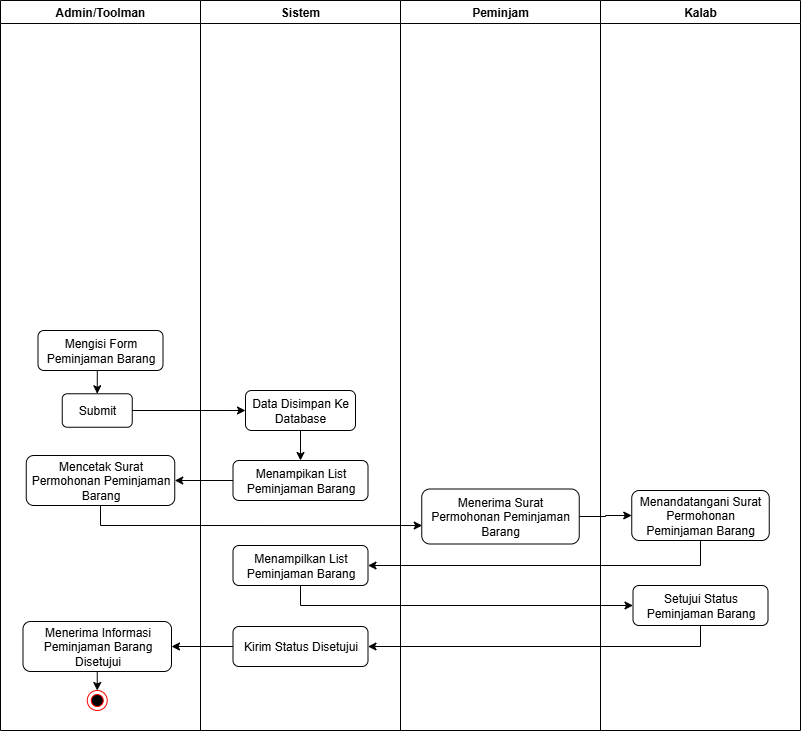
Earlier version of the draw.io export 10. TAMBAH DATA PEMINJAMAN.drawio.png (taufikchy/KP). Source tidied: cells renumbered, new cells last; positions are measured from the earlier drawing's top-left corner, leaving out a move shared by most shapes.
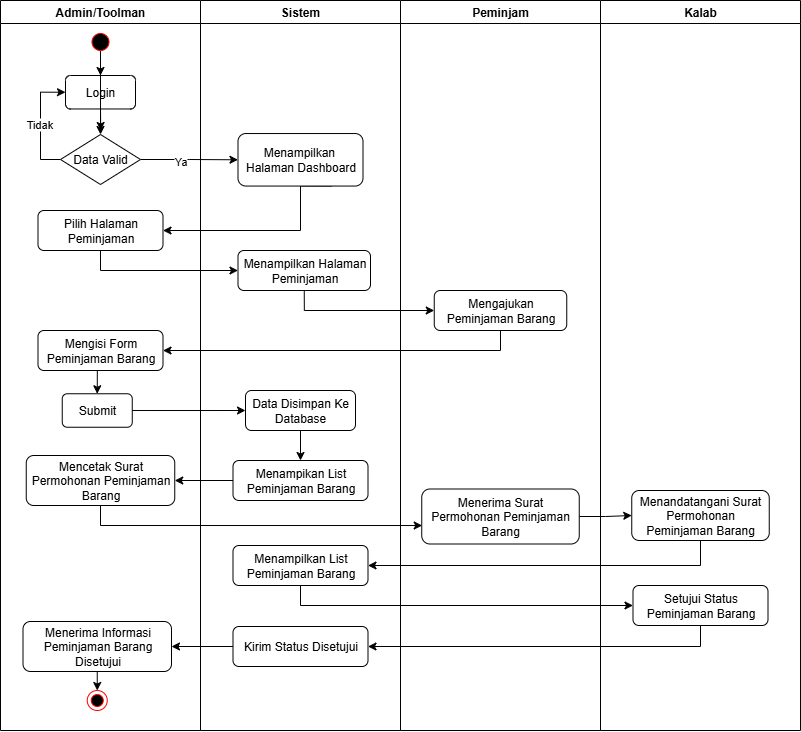
Later version of the same file.

Diff of the diagram source:
```diff
@@ -5,86 +5,149 @@
     <mxCell id="2" style="group;" parent="1" vertex="1">
       <mxGeometry width="800" height="730" as="geometry" />
     </mxCell>
-    <mxCell id="3" value="Peminjam" style="swimlane;whiteSpace=wrap;html=1;" parent="2" vertex="1">
-      <mxGeometry x="400" width="200" height="730" as="geometry" />
+    <mxCell id="3" style="edgeStyle=orthogonalEdgeStyle;rounded=0;jettySize=auto;html=1;exitX=0.5;exitY=1;exitDx=0;exitDy=0;entryX=1;entryY=0.5;entryDx=0;entryDy=0;" parent="2" edge="1" source="45" target="8">
+      <mxGeometry relative="1" as="geometry" />
     </mxCell>
-    <mxCell id="4" value="&lt;font face=&quot;Helvetica&quot;&gt;Menerima Surat Permohonan Peminjaman Barang&lt;/font&gt;" style="rounded=1;whiteSpace=wrap;html=1;fillStyle=auto;fontFamily=Helvetica;" parent="3" vertex="1">
-      <mxGeometry x="21.2" y="488.5" width="157.5" height="55" as="geometry" />
+    <mxCell id="4" value="Peminjam" style="swimlane;whiteSpace=wrap;html=1;" parent="2" vertex="1">
+      <mxGeometry x="400" width="200" height="730" as="geometry" />
     </mxCell>
-    <mxCell id="5" value="Admin/Toolman" style="swimlane;whiteSpace=wrap;html=1;startSize=23;" parent="2" vertex="1">
-      <mxGeometry width="200" height="730" as="geometry" />
+    <mxCell id="5" value="&lt;font face=&quot;Helvetica&quot;&gt;Menerima Surat Permohonan Peminjaman Barang&lt;/font&gt;" style="rounded=1;whiteSpace=wrap;html=1;fillStyle=auto;fontFamily=Helvetica;" parent="4" vertex="1">
+      <mxGeometry x="21.2" y="488.5" width="157.5" height="55" as="geometry" />
     </mxCell>
-    <mxCell id="6" value="&lt;font face=&quot;Helvetica&quot;&gt;Mencetak Surat Permohonan Peminjaman Barang&lt;/font&gt;" style="rounded=1;whiteSpace=wrap;html=1;fillStyle=auto;fontFamily=Helvetica;" parent="5" vertex="1">
-      <mxGeometry x="25.8" y="455" width="148.5" height="50" as="geometry" />
+    <mxCell id="6" value="Admin/Toolman" style="swimlane;whiteSpace=wrap;html=1;startSize=23;" parent="2" vertex="1">
+      <mxGeometry width="200" height="730" as="geometry" />
     </mxCell>
-    <mxCell id="7" value="Mengisi Form Peminjaman Barang" style="rounded=1;whiteSpace=wrap;html=1;fillStyle=auto;fontFamily=Helvetica;" parent="5" vertex="1">
-      <mxGeometry x="37.5" y="330" width="125" height="40" as="geometry" />
+    <mxCell id="7" value="&lt;font face=&quot;Helvetica&quot;&gt;Mencetak Surat Permohonan Peminjaman Barang&lt;/font&gt;" style="rounded=1;whiteSpace=wrap;html=1;fillStyle=auto;fontFamily=Helvetica;" parent="6" vertex="1">
+      <mxGeometry x="25.8" y="455" width="148.5" height="50" as="geometry" />
     </mxCell>
-    <mxCell id="8" value="&lt;font face=&quot;Helvetica&quot;&gt;Submit&lt;/font&gt;" style="rounded=1;whiteSpace=wrap;html=1;fillStyle=auto;fontFamily=Helvetica;" parent="5" vertex="1">
-      <mxGeometry x="61.8" y="393.3" width="70" height="33.5" as="geometry" />
+    <mxCell id="8" value="Mengisi Form Peminjaman Barang" style="rounded=1;whiteSpace=wrap;html=1;fillStyle=auto;fontFamily=Helvetica;" parent="6" vertex="1">
+      <mxGeometry x="37.5" y="330" width="125" height="40" as="geometry" />
     </mxCell>
-    <mxCell id="9" style="edgeStyle=orthogonalEdgeStyle;rounded=0;jettySize=auto;html=1;exitX=0.5;exitY=1;exitDx=0;exitDy=0;entryX=0.5;entryY=0;entryDx=0;entryDy=0;" parent="5" edge="1" source="7" target="8">
-      <mxGeometry relative="1" as="geometry" />
+    <mxCell id="9" value="&lt;font face=&quot;Helvetica&quot;&gt;Submit&lt;/font&gt;" style="rounded=1;whiteSpace=wrap;html=1;fillStyle=auto;fontFamily=Helvetica;" parent="6" vertex="1">
+      <mxGeometry x="61.8" y="393.3" width="70" height="33.5" as="geometry" />
     </mxCell>
-    <mxCell id="10" style="edgeStyle=orthogonalEdgeStyle;rounded=0;jettySize=auto;html=1;exitX=0.5;exitY=1;exitDx=0;exitDy=0;entryX=0.5;entryY=0;entryDx=0;entryDy=0;" parent="5" edge="1" source="11" target="12">
+    <mxCell id="10" style="edgeStyle=orthogonalEdgeStyle;rounded=0;jettySize=auto;html=1;exitX=0.5;exitY=1;exitDx=0;exitDy=0;entryX=0.5;entryY=0;entryDx=0;entryDy=0;" parent="6" edge="1" source="8" target="9">
       <mxGeometry relative="1" as="geometry" />
     </mxCell>
-    <mxCell id="11" value="&lt;font face=&quot;Helvetica&quot;&gt;Menerima Informasi Peminjaman Barang Disetujui&lt;/font&gt;" style="rounded=1;whiteSpace=wrap;html=1;fillStyle=auto;fontFamily=Helvetica;" parent="5" vertex="1">
-      <mxGeometry x="22.5" y="621" width="148.5" height="50" as="geometry" />
+    <mxCell id="11" style="edgeStyle=orthogonalEdgeStyle;rounded=0;jettySize=auto;html=1;exitX=0.5;exitY=1;exitDx=0;exitDy=0;entryX=0.5;entryY=0;entryDx=0;entryDy=0;" parent="6" edge="1" source="12" target="13">
+      <mxGeometry relative="1" as="geometry" />
     </mxCell>
-    <mxCell id="12" style="ellipse;html=1;shape=endState;fillColor=#000000;strokeColor=#ff0000;" parent="5" vertex="1">
-      <mxGeometry x="86.8" y="690" width="20" height="20" as="geometry" />
+    <mxCell id="12" value="&lt;font face=&quot;Helvetica&quot;&gt;Menerima Informasi Peminjaman Barang Disetujui&lt;/font&gt;" style="rounded=1;whiteSpace=wrap;html=1;fillStyle=auto;fontFamily=Helvetica;" parent="6" vertex="1">
+      <mxGeometry x="22.5" y="621" width="148.5" height="50" as="geometry" />
     </mxCell>
-    <mxCell id="13" value="Sistem" style="swimlane;whiteSpace=wrap;html=1;" parent="2" vertex="1">
-      <mxGeometry x="200" width="200" height="730" as="geometry" />
+    <mxCell id="13" style="ellipse;html=1;shape=endState;fillColor=#000000;strokeColor=#ff0000;" parent="6" vertex="1">
+      <mxGeometry x="86.8" y="690" width="20" height="20" as="geometry" />
     </mxCell>
-    <mxCell id="14" value="&lt;font face=&quot;Helvetica&quot;&gt;Data Disimpan Ke Database&lt;/font&gt;" style="rounded=1;whiteSpace=wrap;html=1;fillStyle=auto;fontFamily=Helvetica;" parent="13" vertex="1">
-      <mxGeometry x="45" y="390" width="110" height="40" as="geometry" />
+    <mxCell id="14" value="Sistem" style="swimlane;whiteSpace=wrap;html=1;" parent="2" vertex="1">
+      <mxGeometry x="200" width="200" height="730" as="geometry" />
     </mxCell>
-    <mxCell id="15" value="&lt;font face=&quot;Helvetica&quot;&gt;Menampikan List Peminjaman Barang&lt;/font&gt;" style="rounded=1;whiteSpace=wrap;html=1;fillStyle=auto;fontFamily=Helvetica;" parent="13" vertex="1">
-      <mxGeometry x="32.5" y="460" width="135" height="40" as="geometry" />
+    <mxCell id="15" value="&lt;font face=&quot;Helvetica&quot;&gt;Data Disimpan Ke Database&lt;/font&gt;" style="rounded=1;whiteSpace=wrap;html=1;fillStyle=auto;fontFamily=Helvetica;" parent="14" vertex="1">
+      <mxGeometry x="45" y="390" width="110" height="40" as="geometry" />
     </mxCell>
-    <mxCell id="16" style="edgeStyle=orthogonalEdgeStyle;rounded=0;jettySize=auto;html=1;exitX=0.5;exitY=1;exitDx=0;exitDy=0;entryX=0.5;entryY=0;entryDx=0;entryDy=0;" parent="13" edge="1" source="14" target="15">
-      <mxGeometry relative="1" as="geometry" />
+    <mxCell id="16" value="&lt;font face=&quot;Helvetica&quot;&gt;Menampikan List Peminjaman Barang&lt;/font&gt;" style="rounded=1;whiteSpace=wrap;html=1;fillStyle=auto;fontFamily=Helvetica;" parent="14" vertex="1">
+      <mxGeometry x="32.5" y="460" width="135" height="40" as="geometry" />
     </mxCell>
-    <mxCell id="17" value="&lt;font face=&quot;Helvetica&quot;&gt;Menampilkan List Peminjaman Barang&lt;/font&gt;" style="rounded=1;whiteSpace=wrap;html=1;fillStyle=auto;fontFamily=Helvetica;" parent="13" vertex="1">
-      <mxGeometry x="32.5" y="545" width="135" height="40" as="geometry" />
+    <mxCell id="17" style="edgeStyle=orthogonalEdgeStyle;rounded=0;jettySize=auto;html=1;exitX=0.5;exitY=1;exitDx=0;exitDy=0;entryX=0.5;entryY=0;entryDx=0;entryDy=0;" parent="14" edge="1" source="15" target="16">
+      <mxGeometry relative="1" as="geometry" />
     </mxCell>
-    <mxCell id="18" value="&lt;font face=&quot;Helvetica&quot;&gt;Kirim Status Disetujui&lt;/font&gt;" style="rounded=1;whiteSpace=wrap;html=1;fillStyle=auto;fontFamily=Helvetica;" parent="13" vertex="1">
-      <mxGeometry x="32.5" y="626" width="135" height="40" as="geometry" />
+    <mxCell id="18" value="&lt;font face=&quot;Helvetica&quot;&gt;Menampilkan List Peminjaman Barang&lt;/font&gt;" style="rounded=1;whiteSpace=wrap;html=1;fillStyle=auto;fontFamily=Helvetica;" parent="14" vertex="1">
+      <mxGeometry x="32.5" y="545" width="135" height="40" as="geometry" />
     </mxCell>
-    <mxCell id="19" value="Kalab" style="swimlane;whiteSpace=wrap;html=1;" parent="2" vertex="1">
-      <mxGeometry x="600" width="200" height="730" as="geometry" />
+    <mxCell id="19" value="&lt;font face=&quot;Helvetica&quot;&gt;Kirim Status Disetujui&lt;/font&gt;" style="rounded=1;whiteSpace=wrap;html=1;fillStyle=auto;fontFamily=Helvetica;" parent="14" vertex="1">
+      <mxGeometry x="32.5" y="626" width="135" height="40" as="geometry" />
     </mxCell>
-    <mxCell id="20" value="&lt;font face=&quot;Helvetica&quot;&gt;Setujui Status Peminjaman Barang&lt;/font&gt;" style="rounded=1;whiteSpace=wrap;html=1;fillStyle=auto;fontFamily=Helvetica;" parent="19" vertex="1">
-      <mxGeometry x="32.5" y="585" width="135" height="40" as="geometry" />
+    <mxCell id="20" value="Kalab" style="swimlane;whiteSpace=wrap;html=1;" parent="2" vertex="1">
+      <mxGeometry x="600" width="200" height="730" as="geometry" />
     </mxCell>
-    <mxCell id="21" value="&lt;font face=&quot;Helvetica&quot;&gt;Menandatangani Surat Permohonan Peminjaman Barang&lt;/font&gt;" style="rounded=1;whiteSpace=wrap;html=1;fillStyle=auto;fontFamily=Helvetica;" parent="19" vertex="1">
-      <mxGeometry x="31.2" y="490" width="137.5" height="50" as="geometry" />
+    <mxCell id="21" value="&lt;font face=&quot;Helvetica&quot;&gt;Setujui Status Peminjaman Barang&lt;/font&gt;" style="rounded=1;whiteSpace=wrap;html=1;fillStyle=auto;fontFamily=Helvetica;" parent="20" vertex="1">
+      <mxGeometry x="32.5" y="585" width="135" height="40" as="geometry" />
     </mxCell>
-    <mxCell id="22" style="edgeStyle=orthogonalEdgeStyle;rounded=0;jettySize=auto;html=1;exitX=0.5;exitY=1;exitDx=0;exitDy=0;entryX=0.003;entryY=0.664;entryDx=0;entryDy=0;entryPerimeter=0;" parent="2" edge="1" source="6" target="4">
-      <mxGeometry relative="1" as="geometry" />
+    <mxCell id="22" value="&lt;font face=&quot;Helvetica&quot;&gt;Menandatangani Surat Permohonan Peminjaman Barang&lt;/font&gt;" style="rounded=1;whiteSpace=wrap;html=1;fillStyle=auto;fontFamily=Helvetica;" parent="20" vertex="1">
+      <mxGeometry x="31.2" y="490" width="137.5" height="50" as="geometry" />
     </mxCell>
-    <mxCell id="23" style="edgeStyle=orthogonalEdgeStyle;rounded=0;jettySize=auto;html=1;exitX=1;exitY=0.5;exitDx=0;exitDy=0;entryX=0;entryY=0.5;entryDx=0;entryDy=0;" parent="2" edge="1" source="8" target="14">
+    <mxCell id="23" style="edgeStyle=orthogonalEdgeStyle;rounded=0;jettySize=auto;html=1;exitX=0.5;exitY=1;exitDx=0;exitDy=0;entryX=0.003;entryY=0.664;entryDx=0;entryDy=0;entryPerimeter=0;" parent="2" edge="1" source="7" target="5">
       <mxGeometry relative="1" as="geometry" />
     </mxCell>
-    <mxCell id="24" style="edgeStyle=orthogonalEdgeStyle;rounded=0;jettySize=auto;html=1;exitX=0;exitY=0.5;exitDx=0;exitDy=0;entryX=1;entryY=0.5;entryDx=0;entryDy=0;" parent="2" edge="1" source="15" target="6">
+    <mxCell id="24" style="edgeStyle=orthogonalEdgeStyle;rounded=0;jettySize=auto;html=1;exitX=1;exitY=0.5;exitDx=0;exitDy=0;entryX=0;entryY=0.5;entryDx=0;entryDy=0;" parent="2" edge="1" source="9" target="15">
       <mxGeometry relative="1" as="geometry" />
     </mxCell>
-    <mxCell id="25" style="edgeStyle=orthogonalEdgeStyle;rounded=0;jettySize=auto;html=1;exitX=0;exitY=0.5;exitDx=0;exitDy=0;entryX=1;entryY=0.5;entryDx=0;entryDy=0;" parent="2" edge="1" source="18" target="11">
+    <mxCell id="25" style="edgeStyle=orthogonalEdgeStyle;rounded=0;jettySize=auto;html=1;exitX=0;exitY=0.5;exitDx=0;exitDy=0;entryX=1;entryY=0.5;entryDx=0;entryDy=0;" parent="2" edge="1" source="16" target="7">
       <mxGeometry relative="1" as="geometry" />
     </mxCell>
-    <mxCell id="26" style="edgeStyle=orthogonalEdgeStyle;rounded=0;jettySize=auto;html=1;exitX=0.5;exitY=1;exitDx=0;exitDy=0;entryX=0;entryY=0.5;entryDx=0;entryDy=0;" parent="2" edge="1" source="17" target="20">
+    <mxCell id="26" style="edgeStyle=orthogonalEdgeStyle;rounded=0;jettySize=auto;html=1;exitX=0;exitY=0.5;exitDx=0;exitDy=0;entryX=1;entryY=0.5;entryDx=0;entryDy=0;" parent="2" edge="1" source="19" target="12">
       <mxGeometry relative="1" as="geometry" />
     </mxCell>
-    <mxCell id="27" style="edgeStyle=orthogonalEdgeStyle;rounded=0;jettySize=auto;html=1;exitX=0.5;exitY=1;exitDx=0;exitDy=0;entryX=1;entryY=0.5;entryDx=0;entryDy=0;" parent="2" edge="1" source="20" target="18">
+    <mxCell id="27" style="edgeStyle=orthogonalEdgeStyle;rounded=0;jettySize=auto;html=1;exitX=0.5;exitY=1;exitDx=0;exitDy=0;entryX=0;entryY=0.5;entryDx=0;entryDy=0;" parent="2" edge="1" source="18" target="21">
       <mxGeometry relative="1" as="geometry" />
     </mxCell>
-    <mxCell id="28" style="edgeStyle=orthogonalEdgeStyle;rounded=0;jettySize=auto;html=1;exitX=1;exitY=0.5;exitDx=0;exitDy=0;entryX=0;entryY=0.5;entryDx=0;entryDy=0;" parent="2" edge="1" source="4" target="21">
+    <mxCell id="28" style="edgeStyle=orthogonalEdgeStyle;rounded=0;jettySize=auto;html=1;exitX=0.5;exitY=1;exitDx=0;exitDy=0;entryX=1;entryY=0.5;entryDx=0;entryDy=0;" parent="2" edge="1" source="21" target="19">
       <mxGeometry relative="1" as="geometry" />
     </mxCell>
-    <mxCell id="29" style="edgeStyle=orthogonalEdgeStyle;rounded=0;jettySize=auto;html=1;exitX=0.5;exitY=1;exitDx=0;exitDy=0;entryX=1;entryY=0.5;entryDx=0;entryDy=0;" parent="2" edge="1" source="21" target="17">
+    <mxCell id="29" style="edgeStyle=orthogonalEdgeStyle;rounded=0;jettySize=auto;html=1;exitX=1;exitY=0.5;exitDx=0;exitDy=0;entryX=0;entryY=0.5;entryDx=0;entryDy=0;" parent="2" edge="1" source="5" target="22">
       <mxGeometry relative="1" as="geometry" />
     </mxCell>
+    <mxCell id="30" style="edgeStyle=orthogonalEdgeStyle;rounded=0;jettySize=auto;html=1;exitX=0.5;exitY=1;exitDx=0;exitDy=0;entryX=1;entryY=0.5;entryDx=0;entryDy=0;" parent="2" edge="1" source="22" target="18">
+      <mxGeometry relative="1" as="geometry" />
+    </mxCell>
+    <mxCell id="31" style="edgeStyle=orthogonalEdgeStyle;rounded=0;jettySize=auto;html=1;exitX=0.59;exitY=-0.066;exitDx=0;exitDy=0;entryX=0.5;entryY=0;entryDx=0;entryDy=0;exitPerimeter=0;" parent="2" edge="1" target="37">
+      <mxGeometry relative="1" as="geometry">
+        <mxPoint x="100" y="50" as="sourcePoint" />
+      </mxGeometry>
+    </mxCell>
+    <mxCell id="32" style="edgeStyle=orthogonalEdgeStyle;rounded=0;jettySize=auto;html=1;exitX=1;exitY=0.5;exitDx=0;exitDy=0;entryX=0;entryY=0.5;entryDx=0;entryDy=0;" parent="2" edge="1" source="40" target="42">
+      <mxGeometry relative="1" as="geometry" />
+    </mxCell>
+    <mxCell id="33" value="Ya" style="edgeLabel;html=1;align=center;verticalAlign=middle;" parent="32" vertex="1">
+      <mxGeometry x="-0.2" y="-2" relative="1" as="geometry" />
+    </mxCell>
+    <mxCell id="34" style="edgeStyle=orthogonalEdgeStyle;rounded=0;jettySize=auto;html=1;exitX=0.75;exitY=1;exitDx=0;exitDy=0;entryX=1;entryY=0.5;entryDx=0;entryDy=0;" parent="2" edge="1" source="42" target="41">
+      <mxGeometry relative="1" as="geometry">
+        <Array as="points">
+          <mxPoint x="300" y="186" />
+          <mxPoint x="300" y="230" />
+        </Array>
+      </mxGeometry>
+    </mxCell>
+    <mxCell id="35" style="edgeStyle=orthogonalEdgeStyle;rounded=0;jettySize=auto;html=1;exitX=0.5;exitY=1;exitDx=0;exitDy=0;entryX=0;entryY=0.5;entryDx=0;entryDy=0;" parent="2" edge="1" source="41" target="44">
+      <mxGeometry relative="1" as="geometry" />
+    </mxCell>
+    <mxCell id="36" style="edgeStyle=orthogonalEdgeStyle;rounded=0;jettySize=auto;html=1;exitX=0.5;exitY=1;exitDx=0;exitDy=0;" parent="2" edge="1" source="37">
+      <mxGeometry relative="1" as="geometry">
+        <mxPoint x="100.2" y="130" as="targetPoint" />
+      </mxGeometry>
+    </mxCell>
+    <mxCell id="37" value="&lt;font face=&quot;Helvetica&quot;&gt;Login&lt;/font&gt;" style="rounded=1;whiteSpace=wrap;html=1;fillStyle=auto;fontFamily=Helvetica;" parent="2" vertex="1">
+      <mxGeometry x="65" y="75" width="70" height="33.5" as="geometry" />
+    </mxCell>
+    <mxCell id="38" style="edgeStyle=orthogonalEdgeStyle;rounded=0;jettySize=auto;html=1;exitX=0;exitY=0.5;exitDx=0;exitDy=0;entryX=0;entryY=0.5;entryDx=0;entryDy=0;" parent="2" edge="1" source="40" target="37">
+      <mxGeometry relative="1" as="geometry" />
+    </mxCell>
+    <mxCell id="39" value="Tidak" style="edgeLabel;html=1;align=center;verticalAlign=middle;" parent="38" vertex="1">
+      <mxGeometry x="-0.01" y="1" relative="1" as="geometry" />
+    </mxCell>
+    <mxCell id="40" value="Data Valid" style="rhombus;whiteSpace=wrap;html=1;" parent="2" vertex="1">
+      <mxGeometry x="60" y="134" width="80" height="50" as="geometry" />
+    </mxCell>
+    <mxCell id="41" value="Pilih Halaman Peminjaman" style="rounded=1;whiteSpace=wrap;html=1;fillStyle=auto;fontFamily=Helvetica;" parent="2" vertex="1">
+      <mxGeometry x="37.5" y="210" width="125" height="40" as="geometry" />
+    </mxCell>
+    <mxCell id="42" value="&lt;font face=&quot;Helvetica&quot;&gt;Menampilkan&amp;nbsp;&lt;/font&gt;&lt;div&gt;&lt;font face=&quot;Helvetica&quot;&gt;Halaman Dashboard&lt;/font&gt;&lt;/div&gt;" style="rounded=1;whiteSpace=wrap;html=1;fillStyle=auto;fontFamily=Helvetica;" parent="2" vertex="1">
+      <mxGeometry x="237.5" y="133" width="125" height="52.5" as="geometry" />
+    </mxCell>
+    <mxCell id="43" style="edgeStyle=orthogonalEdgeStyle;rounded=0;jettySize=auto;html=1;exitX=0.5;exitY=1;exitDx=0;exitDy=0;entryX=0;entryY=0.5;entryDx=0;entryDy=0;" parent="2" edge="1" source="44" target="45">
+      <mxGeometry relative="1" as="geometry" />
+    </mxCell>
+    <mxCell id="44" value="Menampilkan Halaman Peminjaman" style="rounded=1;whiteSpace=wrap;html=1;fillStyle=auto;fontFamily=Helvetica;" parent="2" vertex="1">
+      <mxGeometry x="237.5" y="250" width="132.5" height="40" as="geometry" />
+    </mxCell>
+    <mxCell id="45" value="Mengajukan Peminjaman Barang" style="rounded=1;whiteSpace=wrap;html=1;fillStyle=auto;fontFamily=Helvetica;" parent="2" vertex="1">
+      <mxGeometry x="433.8" y="290" width="132.5" height="40" as="geometry" />
+    </mxCell>
+    <mxCell id="46" style="edgeStyle=orthogonalEdgeStyle;rounded=0;jettySize=auto;html=1;" parent="2" edge="1" source="47" target="40">
+      <mxGeometry relative="1" as="geometry" />
+    </mxCell>
+    <mxCell id="47" style="ellipse;html=1;shape=startState;fillColor=#000000;strokeColor=#ff0000;" parent="2" vertex="1">
+      <mxGeometry x="87.5" y="29" width="25" height="25" as="geometry" />
+    </mxCell>
   </root>
 </mxGraphModel>
```
